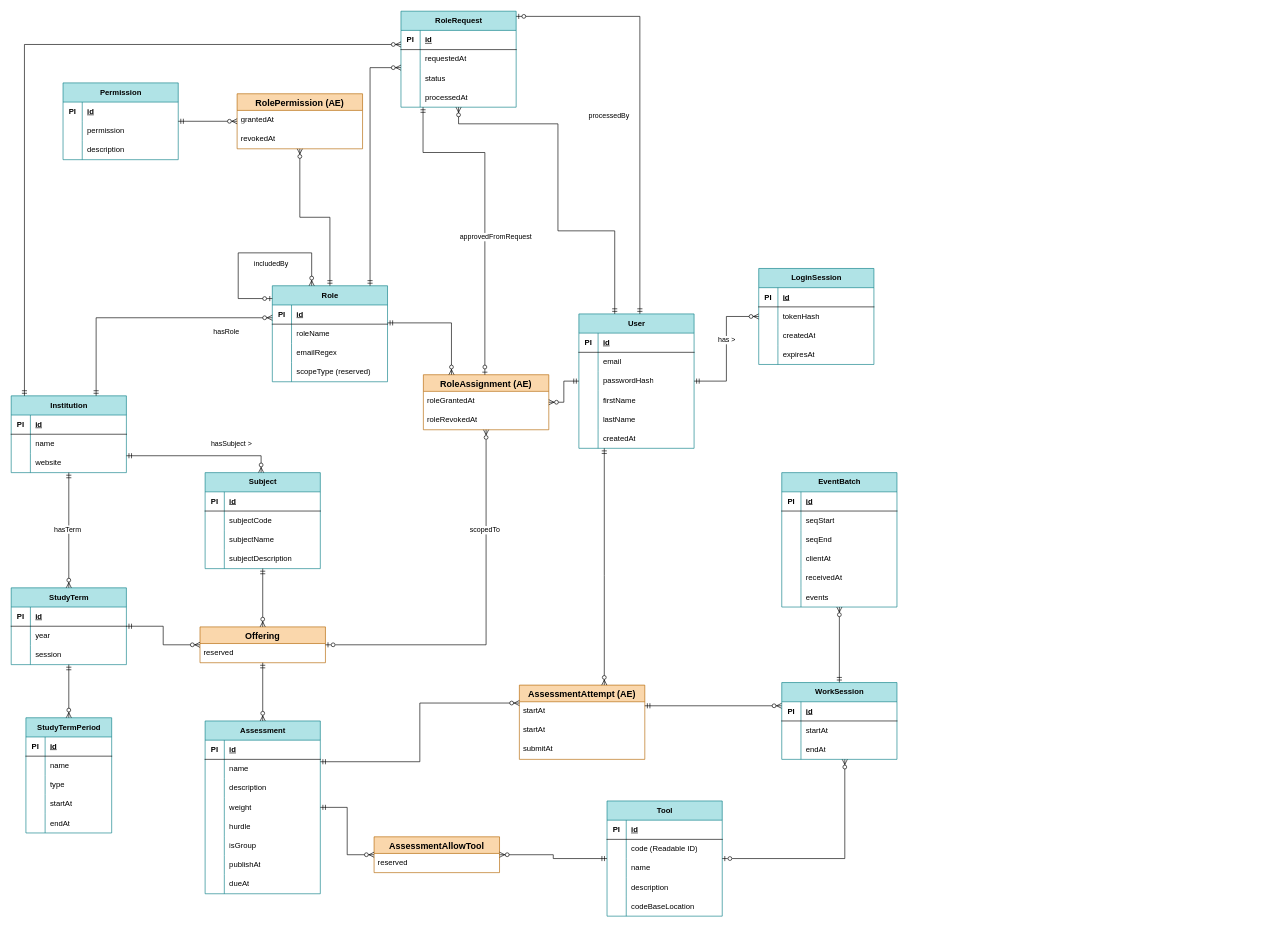
Before: prisma/schema/conceptual-model.drawio in Sandalph0n/ailearn_sustainability_development, a draw.io diagram. Source tidied: cells renumbered, new cells numbered last; positions are measured from the earlier drawing's top-left corner, leaving out a move shared by most shapes. Both pictures are drawn from the tidied source at 64%, with x=0, y=0 at pixel (11, 11).
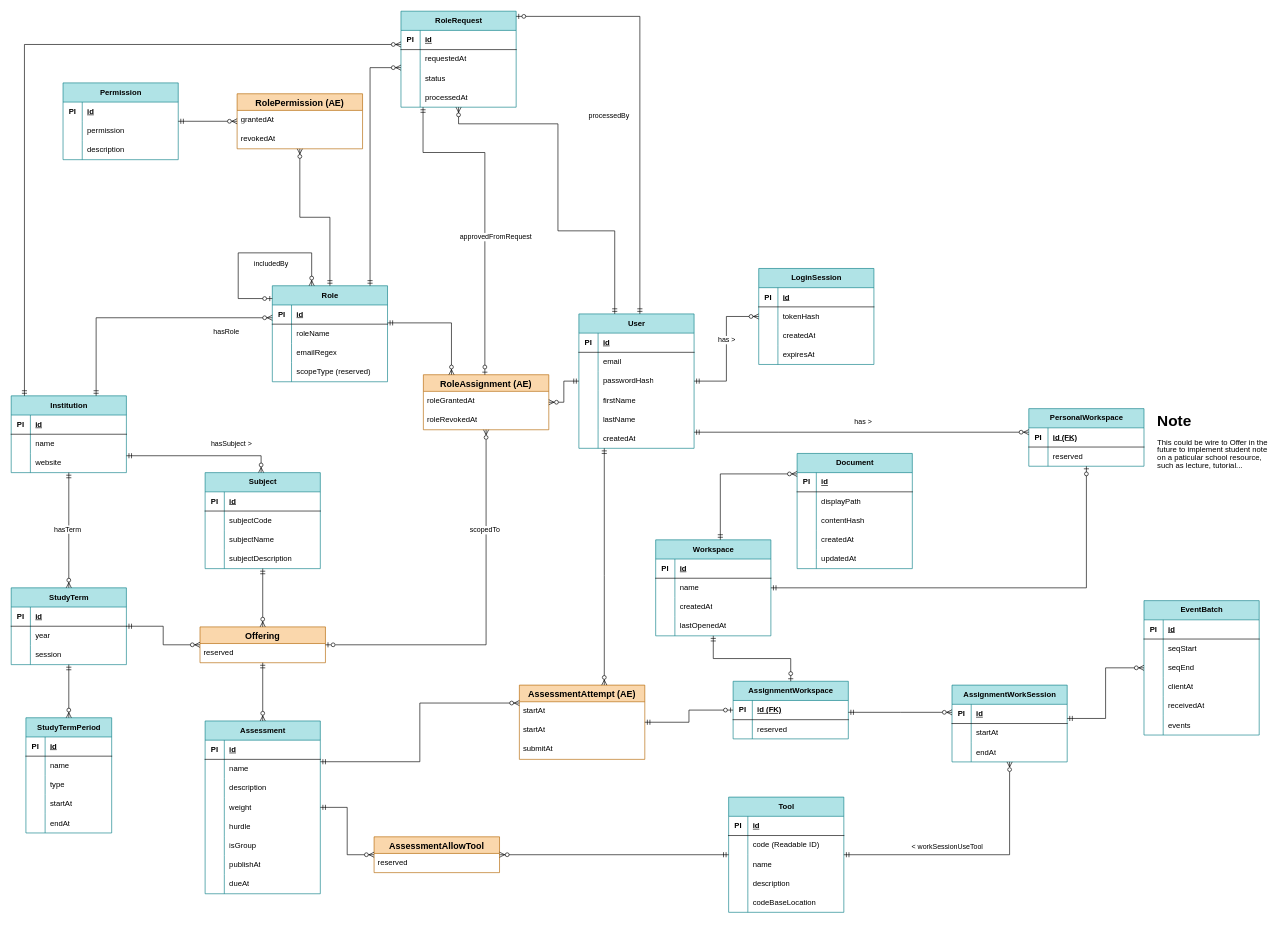
The same diagram, later.

Unchanged cells that the change refers to:
```xml
<mxCell id="2" value="&lt;span style=&quot;white-space: normal;&quot;&gt;User&lt;/span&gt;" style="shape=table;startSize=30;childLayout=tableLayout;rowLines=0;fontStyle=1;align=center;html=1;fillColor=#b0e3e6;strokeColor=#0e8088;" parent="1" vertex="1">
  <mxGeometry x="887" y="473" width="180" height="210" as="geometry" />
</mxCell>
<mxCell id="199" value="AssessmentAttempt (AE)" style="swimlane;fontStyle=1;horizontal=1;startSize=26;align=center;fontSize=14;fillColor=#fad7ac;strokeColor=#b46504;" parent="1" vertex="1">
  <mxGeometry x="794" y="1053" width="196" height="116" as="geometry" />
</mxCell>
<mxCell id="230" style="shape=tableRow;horizontal=0;startSize=0;swimlaneHead=0;swimlaneBody=0;fillColor=none;top=0;left=0;right=0;bottom=0;" parent="217" vertex="1">
  <mxGeometry y="150" width="180" height="30" as="geometry" />
</mxCell>
```

Change to the diagram source:
```diff
@@
     <mxCell id="178" value="&lt;span style=&quot;text-wrap-mode: wrap;&quot;&gt;Tool&lt;/span&gt;" style="shape=table;startSize=30;childLayout=tableLayout;rowLines=0;fontStyle=1;align=center;html=1;fillColor=#b0e3e6;strokeColor=#0e8088;" parent="1" vertex="1">
-      <mxGeometry x="931" y="1234" width="180" height="180" as="geometry" />
+      <mxGeometry x="1121" y="1228" width="180" height="180" as="geometry" />
     </mxCell>
@@
-    <mxCell id="205" style="fontSize=12;html=1;endArrow=ERzeroToMany;startArrow=ERmandOne;rounded=0;edgeStyle=orthogonalEdgeStyle;startFill=0;" parent="1" edge="1" source="199" target="206">
-      <mxGeometry relative="1" as="geometry">
-        <Array as="points">
-          <mxPoint x="1197.6" y="1085.3" />
-          <mxPoint x="1197.6" y="1085.3" />
-        </Array>
-      </mxGeometry>
-    </mxCell>
-    <mxCell id="206" value="&lt;span style=&quot;text-wrap-mode: wrap;&quot;&gt;WorkSession&lt;/span&gt;" style="shape=table;startSize=30;childLayout=tableLayout;rowLines=0;fontStyle=1;align=center;html=1;fillColor=#b0e3e6;strokeColor=#0e8088;" parent="1" vertex="1">
-      <mxGeometry x="1204" y="1049" width="180" height="120" as="geometry" />
+    <mxCell id="206" value="&lt;span style=&quot;text-wrap-mode: wrap;&quot;&gt;AssignmentWorkSession&lt;/span&gt;" style="shape=table;startSize=30;childLayout=tableLayout;rowLines=0;fontStyle=1;align=center;html=1;fillColor=#b0e3e6;strokeColor=#0e8088;" parent="1" vertex="1">
+      <mxGeometry x="1470" y="1053" width="180" height="120" as="geometry" />
     </mxCell>
@@
-    <mxCell id="216" style="fontSize=12;html=1;endArrow=ERzeroToMany;startArrow=ERzeroToOne;rounded=0;edgeStyle=orthogonalEdgeStyle;startFill=0;" parent="1" edge="1" source="178" target="206">
-      <mxGeometry relative="1" as="geometry">
-        <Array as="points">
-          <mxPoint x="1302.5" y="1324.1" />
-        </Array>
-      </mxGeometry>
-    </mxCell>
     <mxCell id="217" value="EventBatch" style="shape=table;startSize=30;childLayout=tableLayout;rowLines=0;fontStyle=1;align=center;html=1;fillColor=#b0e3e6;strokeColor=#0e8088;" parent="1" vertex="1">
-      <mxGeometry x="1204" y="721" width="180" height="210" as="geometry" />
+      <mxGeometry x="1770" y="921" width="180" height="210" as="geometry" />
     </mxCell>
@@
-    <mxCell id="232" value="receivedAt&amp;nbsp;&amp;nbsp;" style="shape=partialRectangle;fillColor=none;top=0;left=0;bottom=0;right=0;align=left;spacingLeft=6;overflow=hidden;whiteSpace=wrap;html=1;" parent="230" vertex="1">
+    <mxCell id="232" value="receivedAt" style="shape=partialRectangle;fillColor=none;top=0;left=0;bottom=0;right=0;align=left;spacingLeft=6;overflow=hidden;whiteSpace=wrap;html=1;" parent="230" vertex="1">
       <mxGeometry x="30" width="150" height="30" as="geometry" />
     </mxCell>
@@
     <mxCell id="236" style="fontSize=12;html=1;endArrow=ERzeroToMany;startArrow=ERmandOne;rounded=0;edgeStyle=orthogonalEdgeStyle;startFill=0;" parent="1" edge="1" source="206" target="217">
-      <mxGeometry relative="1" as="geometry" />
+      <mxGeometry relative="1" as="geometry">
+        <Array as="points">
+          <mxPoint x="1710" y="1105.1" />
+          <mxPoint x="1710" y="1026" />
+        </Array>
+      </mxGeometry>
     </mxCell>
+    <mxCell id="237" value="&lt;span style=&quot;text-wrap-mode: wrap;&quot;&gt;Workspace&lt;/span&gt;" style="shape=table;startSize=30;childLayout=tableLayout;rowLines=0;fontStyle=1;align=center;html=1;fillColor=#b0e3e6;strokeColor=#0e8088;" parent="1" vertex="1">
+      <mxGeometry x="1007" y="826" width="180" height="150" as="geometry" />
+    </mxCell>
+    <mxCell id="238" style="shape=tableRow;horizontal=0;startSize=0;swimlaneHead=0;swimlaneBody=0;fillColor=none;top=0;left=0;right=0;bottom=1;" parent="237" vertex="1">
+      <mxGeometry y="30" width="180" height="30" as="geometry" />
+    </mxCell>
+    <mxCell id="239" value="PI" style="shape=partialRectangle;fillColor=none;top=0;left=0;bottom=0;right=0;fontStyle=1;overflow=hidden;whiteSpace=wrap;html=1;" parent="238" vertex="1">
+      <mxGeometry width="30" height="30" as="geometry" />
+    </mxCell>
+    <mxCell id="240" value="id" style="shape=partialRectangle;fillColor=none;top=0;left=0;bottom=0;right=0;align=left;spacingLeft=6;fontStyle=5;overflow=hidden;whiteSpace=wrap;html=1;" parent="238" vertex="1">
+      <mxGeometry x="30" width="150" height="30" as="geometry" />
+    </mxCell>
+    <mxCell id="241" style="shape=tableRow;horizontal=0;startSize=0;swimlaneHead=0;swimlaneBody=0;fillColor=none;top=0;left=0;right=0;bottom=0;" parent="237" vertex="1">
+      <mxGeometry y="60" width="180" height="30" as="geometry" />
+    </mxCell>
+    <mxCell id="242" style="shape=partialRectangle;fillColor=none;top=0;left=0;bottom=0;right=0;overflow=hidden;whiteSpace=wrap;html=1;" parent="241" vertex="1">
+      <mxGeometry width="30" height="30" as="geometry" />
+    </mxCell>
+    <mxCell id="243" value="name" style="shape=partialRectangle;fillColor=none;top=0;left=0;bottom=0;right=0;align=left;spacingLeft=6;overflow=hidden;whiteSpace=wrap;html=1;" parent="241" vertex="1">
+      <mxGeometry x="30" width="150" height="30" as="geometry" />
+    </mxCell>
+    <mxCell id="244" style="shape=tableRow;horizontal=0;startSize=0;swimlaneHead=0;swimlaneBody=0;fillColor=none;top=0;left=0;right=0;bottom=0;" parent="237" vertex="1">
+      <mxGeometry y="90" width="180" height="30" as="geometry" />
+    </mxCell>
+    <mxCell id="245" value="&lt;span style=&quot;white-space: pre;&quot;&gt;&#9;&lt;/span&gt;&lt;span style=&quot;white-space: pre;&quot;&gt;&#9;&lt;/span&gt;" style="shape=partialRectangle;fillColor=none;top=0;left=0;bottom=0;right=0;overflow=hidden;whiteSpace=wrap;html=1;" parent="244" vertex="1">
+      <mxGeometry width="30" height="30" as="geometry" />
+    </mxCell>
+    <mxCell id="246" value="createdAt" style="shape=partialRectangle;fillColor=none;top=0;left=0;bottom=0;right=0;align=left;spacingLeft=6;overflow=hidden;whiteSpace=wrap;html=1;" parent="244" vertex="1">
+      <mxGeometry x="30" width="150" height="30" as="geometry" />
+    </mxCell>
+    <mxCell id="247" style="shape=tableRow;horizontal=0;startSize=0;swimlaneHead=0;swimlaneBody=0;fillColor=none;top=0;left=0;right=0;bottom=0;" parent="237" vertex="1">
+      <mxGeometry y="120" width="180" height="30" as="geometry" />
+    </mxCell>
+    <mxCell id="248" style="shape=partialRectangle;fillColor=none;top=0;left=0;bottom=0;right=0;overflow=hidden;whiteSpace=wrap;html=1;" parent="247" vertex="1">
+      <mxGeometry width="30" height="30" as="geometry" />
+    </mxCell>
+    <mxCell id="249" value="lastOpenedAt" style="shape=partialRectangle;fillColor=none;top=0;left=0;bottom=0;right=0;align=left;spacingLeft=6;overflow=hidden;whiteSpace=wrap;html=1;" parent="247" vertex="1">
+      <mxGeometry x="30" width="150" height="30" as="geometry" />
+    </mxCell>
+    <mxCell id="250" value="&lt;span style=&quot;text-wrap-mode: wrap;&quot;&gt;Document&lt;/span&gt;" style="shape=table;startSize=30;childLayout=tableLayout;rowLines=0;fontStyle=1;align=center;html=1;fillColor=#b0e3e6;strokeColor=#0e8088;" parent="1" vertex="1">
+      <mxGeometry x="1228" y="691" width="180" height="180" as="geometry" />
+    </mxCell>
+    <mxCell id="251" style="shape=tableRow;horizontal=0;startSize=0;swimlaneHead=0;swimlaneBody=0;fillColor=none;top=0;left=0;right=0;bottom=1;" parent="250" vertex="1">
+      <mxGeometry y="30" width="180" height="30" as="geometry" />
+    </mxCell>
+    <mxCell id="252" value="PI" style="shape=partialRectangle;fillColor=none;top=0;left=0;bottom=0;right=0;fontStyle=1;overflow=hidden;whiteSpace=wrap;html=1;" parent="251" vertex="1">
+      <mxGeometry width="30" height="30" as="geometry" />
+    </mxCell>
+    <mxCell id="253" value="id" style="shape=partialRectangle;fillColor=none;top=0;left=0;bottom=0;right=0;align=left;spacingLeft=6;fontStyle=5;overflow=hidden;whiteSpace=wrap;html=1;" parent="251" vertex="1">
+      <mxGeometry x="30" width="150" height="30" as="geometry" />
+    </mxCell>
+    <mxCell id="254" style="shape=tableRow;horizontal=0;startSize=0;swimlaneHead=0;swimlaneBody=0;fillColor=none;top=0;left=0;right=0;bottom=0;" parent="250" vertex="1">
+      <mxGeometry y="60" width="180" height="30" as="geometry" />
+    </mxCell>
+    <mxCell id="255" style="shape=partialRectangle;fillColor=none;top=0;left=0;bottom=0;right=0;overflow=hidden;whiteSpace=wrap;html=1;" parent="254" vertex="1">
+      <mxGeometry width="30" height="30" as="geometry" />
+    </mxCell>
+    <mxCell id="256" value="displayPath" style="shape=partialRectangle;fillColor=none;top=0;left=0;bottom=0;right=0;align=left;spacingLeft=6;overflow=hidden;whiteSpace=wrap;html=1;" parent="254" vertex="1">
+      <mxGeometry x="30" width="150" height="30" as="geometry" />
+    </mxCell>
+    <mxCell id="257" style="shape=tableRow;horizontal=0;startSize=0;swimlaneHead=0;swimlaneBody=0;fillColor=none;top=0;left=0;right=0;bottom=0;" parent="250" vertex="1">
+      <mxGeometry y="90" width="180" height="30" as="geometry" />
+    </mxCell>
+    <mxCell id="258" value="&lt;span style=&quot;white-space: pre;&quot;&gt;&#9;&lt;/span&gt;&lt;span style=&quot;white-space: pre;&quot;&gt;&#9;&lt;/span&gt;" style="shape=partialRectangle;fillColor=none;top=0;left=0;bottom=0;right=0;overflow=hidden;whiteSpace=wrap;html=1;" parent="257" vertex="1">
+      <mxGeometry width="30" height="30" as="geometry" />
+    </mxCell>
+    <mxCell id="259" value="contentHash" style="shape=partialRectangle;fillColor=none;top=0;left=0;bottom=0;right=0;align=left;spacingLeft=6;overflow=hidden;whiteSpace=wrap;html=1;" parent="257" vertex="1">
+      <mxGeometry x="30" width="150" height="30" as="geometry" />
+    </mxCell>
+    <mxCell id="260" style="shape=tableRow;horizontal=0;startSize=0;swimlaneHead=0;swimlaneBody=0;fillColor=none;top=0;left=0;right=0;bottom=0;" parent="250" vertex="1">
+      <mxGeometry y="120" width="180" height="30" as="geometry" />
+    </mxCell>
+    <mxCell id="261" style="shape=partialRectangle;fillColor=none;top=0;left=0;bottom=0;right=0;overflow=hidden;whiteSpace=wrap;html=1;" parent="260" vertex="1">
+      <mxGeometry width="30" height="30" as="geometry" />
+    </mxCell>
+    <mxCell id="262" value="createdAt" style="shape=partialRectangle;fillColor=none;top=0;left=0;bottom=0;right=0;align=left;spacingLeft=6;overflow=hidden;whiteSpace=wrap;html=1;" parent="260" vertex="1">
+      <mxGeometry x="30" width="150" height="30" as="geometry" />
+    </mxCell>
+    <mxCell id="263" style="shape=tableRow;horizontal=0;startSize=0;swimlaneHead=0;swimlaneBody=0;fillColor=none;top=0;left=0;right=0;bottom=0;" parent="250" vertex="1">
+      <mxGeometry y="150" width="180" height="30" as="geometry" />
+    </mxCell>
+    <mxCell id="264" style="shape=partialRectangle;fillColor=none;top=0;left=0;bottom=0;right=0;overflow=hidden;whiteSpace=wrap;html=1;" parent="263" vertex="1">
+      <mxGeometry width="30" height="30" as="geometry" />
+    </mxCell>
+    <mxCell id="265" value="updatedAt" style="shape=partialRectangle;fillColor=none;top=0;left=0;bottom=0;right=0;align=left;spacingLeft=6;overflow=hidden;whiteSpace=wrap;html=1;" parent="263" vertex="1">
+      <mxGeometry x="30" width="150" height="30" as="geometry" />
+    </mxCell>
+    <mxCell id="266" style="fontSize=12;html=1;endArrow=ERzeroToMany;startArrow=ERmandOne;rounded=0;edgeStyle=orthogonalEdgeStyle;startFill=0;" parent="1" edge="1" source="237" target="250">
+      <mxGeometry relative="1" as="geometry">
+        <Array as="points">
+          <mxPoint x="1108" y="723" />
+        </Array>
+      </mxGeometry>
+    </mxCell>
+    <mxCell id="267" value="&lt;span style=&quot;text-wrap-mode: wrap;&quot;&gt;PersonalWorkspace&lt;/span&gt;" style="shape=table;startSize=30;childLayout=tableLayout;rowLines=0;fontStyle=1;align=center;html=1;fillColor=#b0e3e6;strokeColor=#0e8088;" parent="1" vertex="1">
+      <mxGeometry x="1590" y="621" width="180" height="90" as="geometry" />
+    </mxCell>
+    <mxCell id="268" style="shape=tableRow;horizontal=0;startSize=0;swimlaneHead=0;swimlaneBody=0;fillColor=none;top=0;left=0;right=0;bottom=1;" parent="267" vertex="1">
+      <mxGeometry y="30" width="180" height="30" as="geometry" />
+    </mxCell>
+    <mxCell id="269" value="PI" style="shape=partialRectangle;fillColor=none;top=0;left=0;bottom=0;right=0;fontStyle=1;overflow=hidden;whiteSpace=wrap;html=1;" parent="268" vertex="1">
+      <mxGeometry width="30" height="30" as="geometry" />
+    </mxCell>
+    <mxCell id="270" value="id (FK)" style="shape=partialRectangle;fillColor=none;top=0;left=0;bottom=0;right=0;align=left;spacingLeft=6;fontStyle=5;overflow=hidden;whiteSpace=wrap;html=1;" parent="268" vertex="1">
+      <mxGeometry x="30" width="150" height="30" as="geometry" />
+    </mxCell>
+    <mxCell id="271" style="shape=tableRow;horizontal=0;startSize=0;swimlaneHead=0;swimlaneBody=0;fillColor=none;top=0;left=0;right=0;bottom=0;" parent="267" vertex="1">
+      <mxGeometry y="60" width="180" height="30" as="geometry" />
+    </mxCell>
+    <mxCell id="272" style="shape=partialRectangle;fillColor=none;top=0;left=0;bottom=0;right=0;overflow=hidden;whiteSpace=wrap;html=1;" parent="271" vertex="1">
+      <mxGeometry width="30" height="30" as="geometry" />
+    </mxCell>
+    <mxCell id="273" value="reserved" style="shape=partialRectangle;fillColor=none;top=0;left=0;bottom=0;right=0;align=left;spacingLeft=6;overflow=hidden;whiteSpace=wrap;html=1;" parent="271" vertex="1">
+      <mxGeometry x="30" width="150" height="30" as="geometry" />
+    </mxCell>
+    <mxCell id="274" value="&lt;span style=&quot;text-wrap-mode: wrap;&quot;&gt;AssignmentWorkspace&lt;/span&gt;" style="shape=table;startSize=30;childLayout=tableLayout;rowLines=0;fontStyle=1;align=center;html=1;fillColor=#b0e3e6;strokeColor=#0e8088;" parent="1" vertex="1">
+      <mxGeometry x="1128" y="1047" width="180" height="90" as="geometry" />
+    </mxCell>
+    <mxCell id="275" style="shape=tableRow;horizontal=0;startSize=0;swimlaneHead=0;swimlaneBody=0;fillColor=none;top=0;left=0;right=0;bottom=1;" parent="274" vertex="1">
+      <mxGeometry y="30" width="180" height="30" as="geometry" />
+    </mxCell>
+    <mxCell id="276" value="PI" style="shape=partialRectangle;fillColor=none;top=0;left=0;bottom=0;right=0;fontStyle=1;overflow=hidden;whiteSpace=wrap;html=1;" parent="275" vertex="1">
+      <mxGeometry width="30" height="30" as="geometry" />
+    </mxCell>
+    <mxCell id="277" value="id (FK)" style="shape=partialRectangle;fillColor=none;top=0;left=0;bottom=0;right=0;align=left;spacingLeft=6;fontStyle=5;overflow=hidden;whiteSpace=wrap;html=1;" parent="275" vertex="1">
+      <mxGeometry x="30" width="150" height="30" as="geometry" />
+    </mxCell>
+    <mxCell id="278" style="shape=tableRow;horizontal=0;startSize=0;swimlaneHead=0;swimlaneBody=0;fillColor=none;top=0;left=0;right=0;bottom=0;" parent="274" vertex="1">
+      <mxGeometry y="60" width="180" height="30" as="geometry" />
+    </mxCell>
+    <mxCell id="279" style="shape=partialRectangle;fillColor=none;top=0;left=0;bottom=0;right=0;overflow=hidden;whiteSpace=wrap;html=1;" parent="278" vertex="1">
+      <mxGeometry width="30" height="30" as="geometry" />
+    </mxCell>
+    <mxCell id="280" value="reserved" style="shape=partialRectangle;fillColor=none;top=0;left=0;bottom=0;right=0;align=left;spacingLeft=6;overflow=hidden;whiteSpace=wrap;html=1;" parent="278" vertex="1">
+      <mxGeometry x="30" width="150" height="30" as="geometry" />
+    </mxCell>
+    <mxCell id="281" style="edgeStyle=orthogonalEdgeStyle;fontSize=12;html=1;endArrow=ERzeroToOne;startArrow=ERmandOne;rounded=0;" parent="1" edge="1" source="237" target="274">
+      <mxGeometry relative="1" as="geometry" />
+    </mxCell>
+    <mxCell id="282" style="edgeStyle=orthogonalEdgeStyle;fontSize=12;html=1;endArrow=ERzeroToOne;startArrow=ERmandOne;rounded=0;" parent="1" edge="1" source="237" target="267">
+      <mxGeometry relative="1" as="geometry" />
+    </mxCell>
+    <mxCell id="283" style="edgeStyle=orthogonalEdgeStyle;fontSize=12;html=1;endArrow=ERzeroToOne;startArrow=ERmandOne;rounded=0;" parent="1" edge="1" source="199" target="274">
+      <mxGeometry relative="1" as="geometry" />
+    </mxCell>
+    <mxCell id="284" style="fontSize=12;html=1;endArrow=ERzeroToMany;startArrow=ERmandOne;rounded=0;edgeStyle=orthogonalEdgeStyle;startFill=0;" parent="1" edge="1" source="274" target="206">
+      <mxGeometry relative="1" as="geometry">
+        <Array as="points">
+          <mxPoint x="1389.9" y="1095.5" />
+          <mxPoint x="1389.9" y="1095.5" />
+        </Array>
+      </mxGeometry>
+    </mxCell>
+    <mxCell id="285" style="edgeStyle=orthogonalEdgeStyle;fontSize=12;html=1;endArrow=ERmandOne;startArrow=ERzeroToMany;rounded=0;endFill=0;" parent="1" edge="1" source="267" target="2">
+      <mxGeometry relative="1" as="geometry">
+        <Array as="points">
+          <mxPoint x="1199.6" y="657.8" />
+          <mxPoint x="1199.6" y="657.8" />
+        </Array>
+      </mxGeometry>
+    </mxCell>
+    <mxCell id="286" value="has &amp;gt;" style="edgeLabel;html=1;align=center;verticalAlign=middle;" parent="285" vertex="1">
+      <mxGeometry y="-2" relative="1" as="geometry">
+        <mxPoint x="2" y="-14" as="offset" />
+      </mxGeometry>
+    </mxCell>
+    <mxCell id="216" style="edgeStyle=orthogonalEdgeStyle;fontSize=12;html=1;endArrow=ERzeroToMany;startArrow=ERmandOne;rounded=0;endFill=0;" parent="1" edge="1" source="178" target="206">
+      <mxGeometry relative="1" as="geometry" />
+    </mxCell>
+    <mxCell id="287" value="&amp;nbsp;&amp;lt; workSessionUseTool" style="edgeLabel;html=1;align=center;verticalAlign=middle;" parent="216" vertex="1">
+      <mxGeometry x="-0.21" y="1" relative="1" as="geometry">
+        <mxPoint x="-1" y="-13" as="offset" />
+      </mxGeometry>
+    </mxCell>
+    <mxCell id="288" value="&lt;div style=&quot;line-height: 100%;&quot;&gt;&lt;h1 style=&quot;margin-top: 0px; line-height: 100%;&quot;&gt;Note&lt;/h1&gt;&lt;p&gt;This could be wire to Offer in the future to implement student note on a paticular school resource, such as lecture, tutorial...&lt;/p&gt;&lt;/div&gt;" style="text;html=1;whiteSpace=wrap;overflow=hidden;rounded=0;" parent="1" vertex="1">
+      <mxGeometry x="1789" y="621" width="180" height="102" as="geometry" />
+    </mxCell>
```
